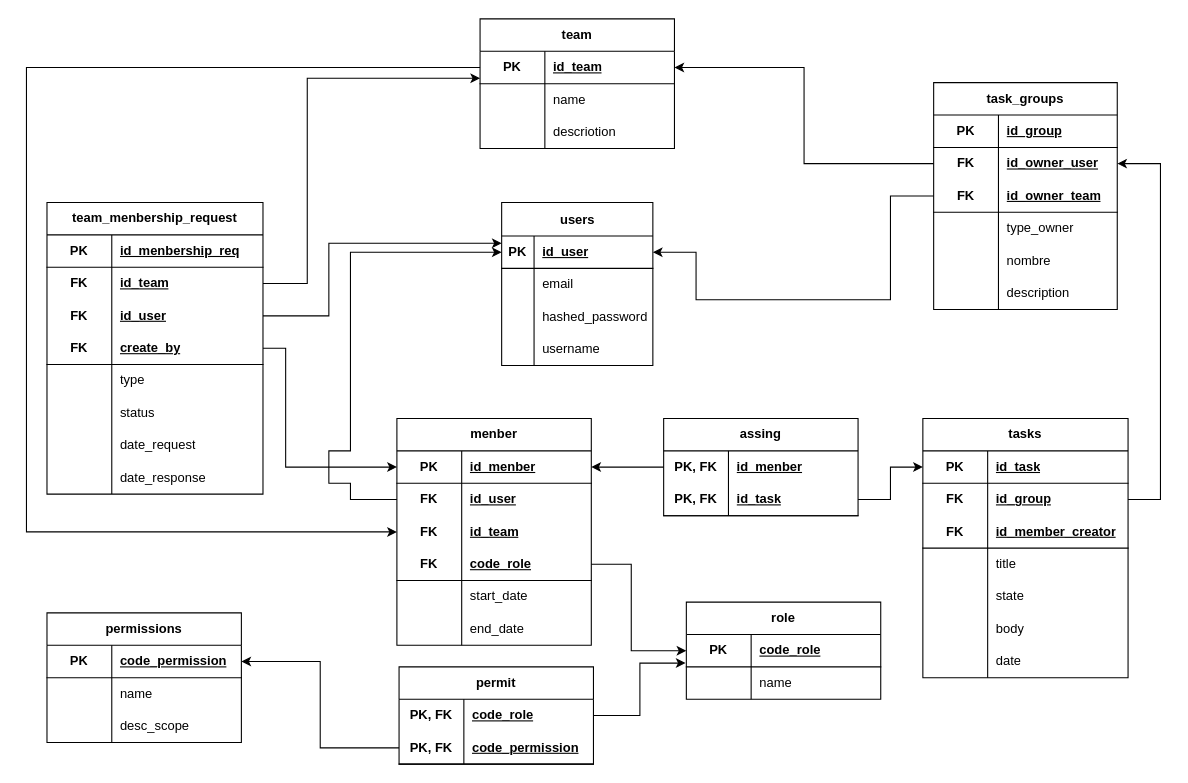
Earlier version of the draw.io diagram page "relational" (3 of 3) of docs/todo_app.drawio (XhuaSpy/task_system_for_teams). Source tidied: cells renumbered, new cells numbered last; positions are measured from the earlier drawing's top-left corner, leaving out a move shared by most shapes. Both pictures are drawn from the tidied source at 108%, with x=0, y=0 at pixel (26, 18).
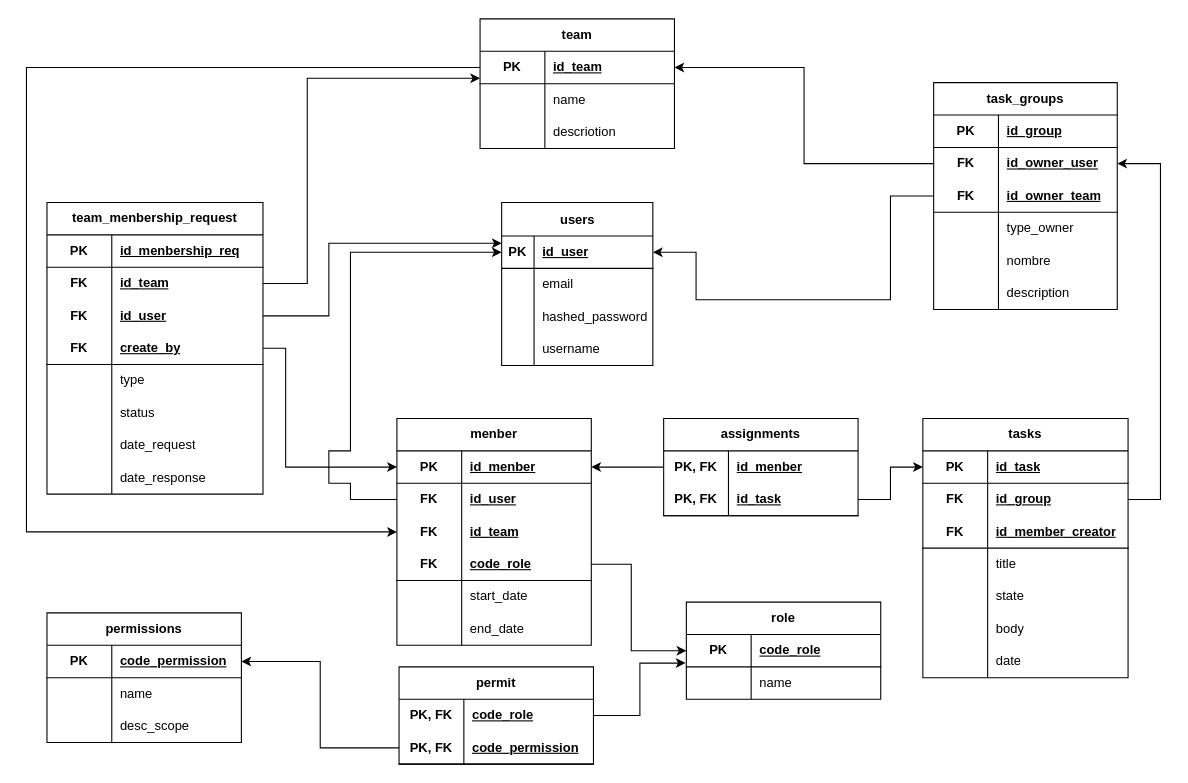
After the change.

Commit message (it also covers changes not shown here):
fix(docs): new name of table assing to assignments

Diff of the diagram source:
```diff
@@
-    <mxCell id="95" value="assing" style="shape=table;startSize=30;childLayout=tableLayout;rowLines=0;fontStyle=1;align=center;html=1;whiteSpace=wrap;" parent="1" vertex="1">
+    <mxCell id="95" value="assignments" style="shape=table;startSize=30;childLayout=tableLayout;rowLines=0;fontStyle=1;align=center;html=1;whiteSpace=wrap;" parent="1" vertex="1">
       <mxGeometry x="590" y="370" width="180" height="90" as="geometry" />
     </mxCell>
```
